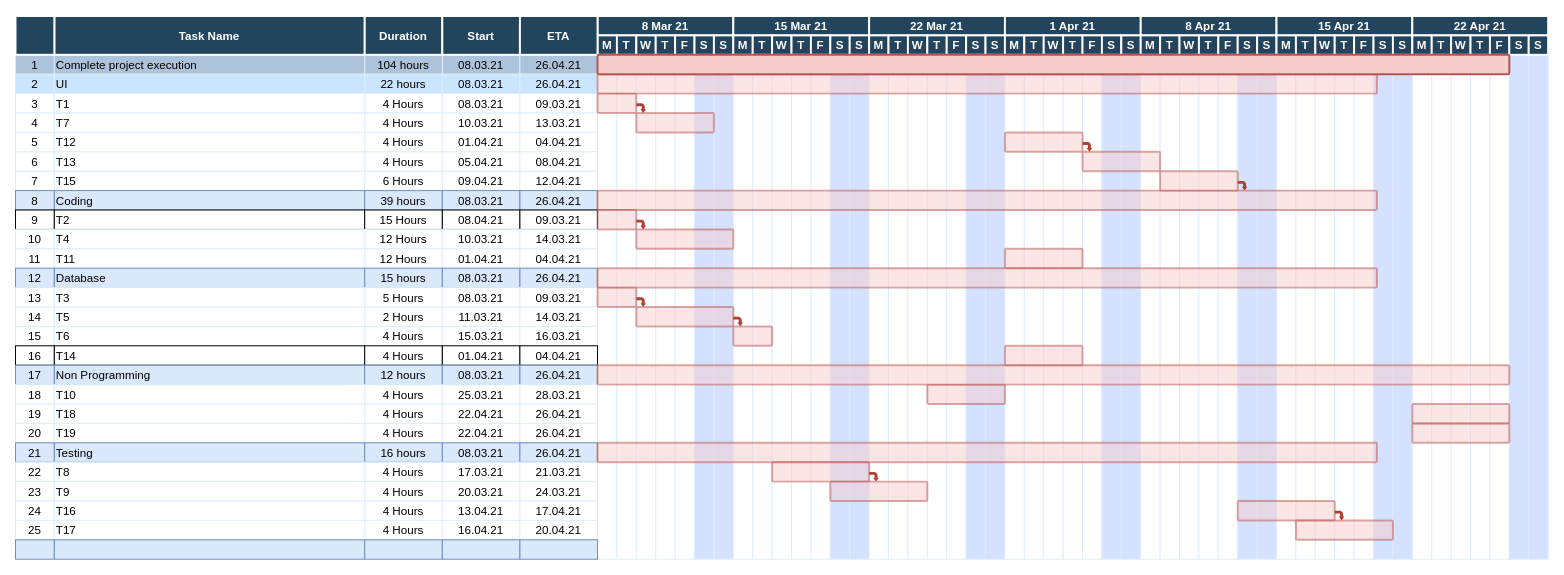
This is GanttChart.drawio from UEAHealthTracker/HealthTracker, a draw.io file, before an edit. Source tidied: cells renumbered, new cells numbered last; positions are measured from the earlier drawing's top-left corner, leaving out a move shared by most shapes. Both pictures are drawn from the tidied source at 97%, with x=0, y=0 at pixel (15, 16).
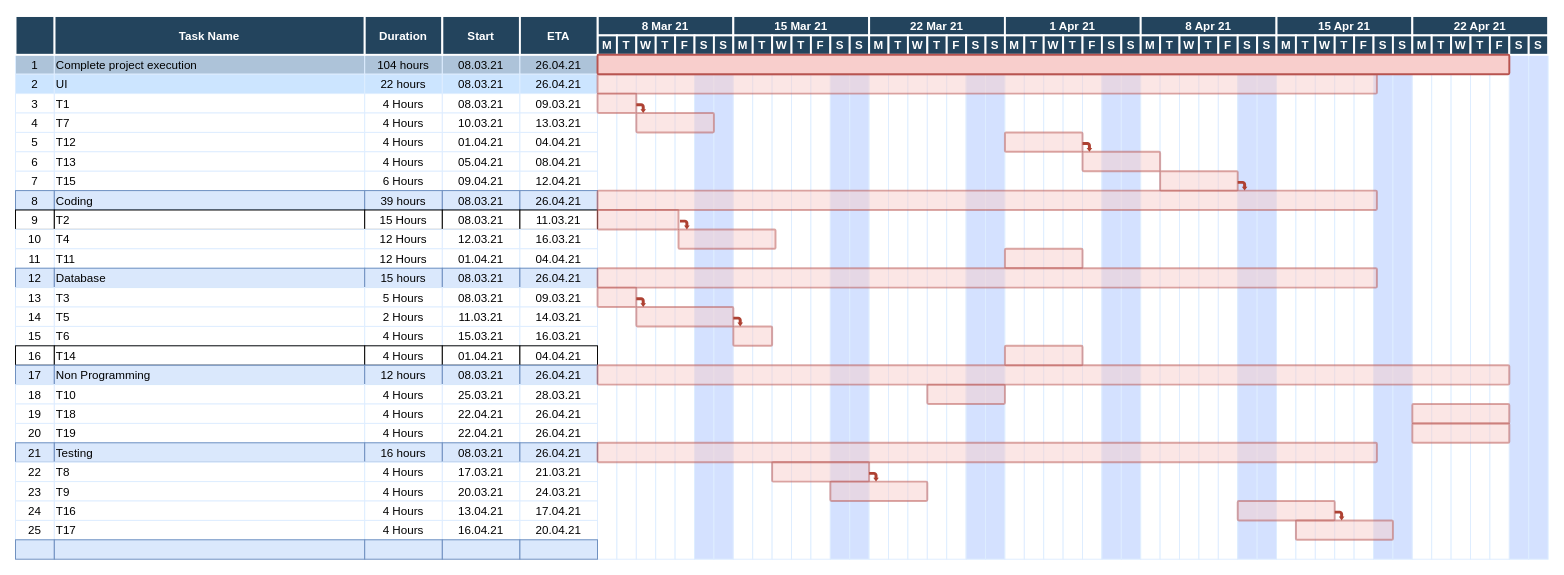
The same page after the edit.

What changed in the source:
```diff
@@
-    <mxCell id="46" value="08.04.21" parent="1" vertex="1">
+    <mxCell id="46" value="08.03.21" parent="1" vertex="1">
       <mxGeometry x="440.5" y="200" width="80" height="20" as="geometry" />
     </mxCell>
-    <mxCell id="47" value="09.03.21" parent="1" vertex="1">
+    <mxCell id="47" value="11.03.21" parent="1" vertex="1">
       <mxGeometry x="520.5" y="200" width="80" height="20" as="geometry" />
     </mxCell>
@@
-    <mxCell id="51" value="10.03.21" style="strokeColor=#DEEDFF;" parent="1" vertex="1">
+    <mxCell id="51" value="12.03.21" style="strokeColor=#DEEDFF;" parent="1" vertex="1">
       <mxGeometry x="440.5" y="220" width="80" height="20" as="geometry" />
     </mxCell>
-    <mxCell id="52" value="14.03.21" style="strokeColor=#DEEDFF;" parent="1" vertex="1">
+    <mxCell id="52" value="16.03.21" style="strokeColor=#DEEDFF;" parent="1" vertex="1">
       <mxGeometry x="520.5" y="220" width="80" height="20" as="geometry" />
     </mxCell>
@@
     <mxCell id="243" style="shape=mxgraph.flowchart.process;fillColor=#f8cecc;strokeColor=#b85450;strokeWidth=2;opacity=50;" parent="1" vertex="1">
-      <mxGeometry x="640.5" y="220" width="100" height="20" as="geometry" />
+      <mxGeometry x="684" y="220" width="100" height="20" as="geometry" />
     </mxCell>
@@
     <mxCell id="252" style="shape=mxgraph.flowchart.process;fillColor=#f8cecc;strokeColor=#b85450;strokeWidth=2;opacity=50;" parent="1" vertex="1">
-      <mxGeometry x="600.5" y="200" width="40" height="20" as="geometry" />
+      <mxGeometry x="600.5" y="200" width="83.5" height="20" as="geometry" />
     </mxCell>
@@
     <mxCell id="254" style="shape=mxgraph.arrows.bent_right_arrow;fillColor=#AE4132;strokeColor=none;strokeWidth=2;direction=south;" parent="1" vertex="1">
-      <mxGeometry x="640.5" y="210" width="10" height="10" as="geometry" />
+      <mxGeometry x="685.5" y="210" width="10" height="10" as="geometry" />
     </mxCell>
```
